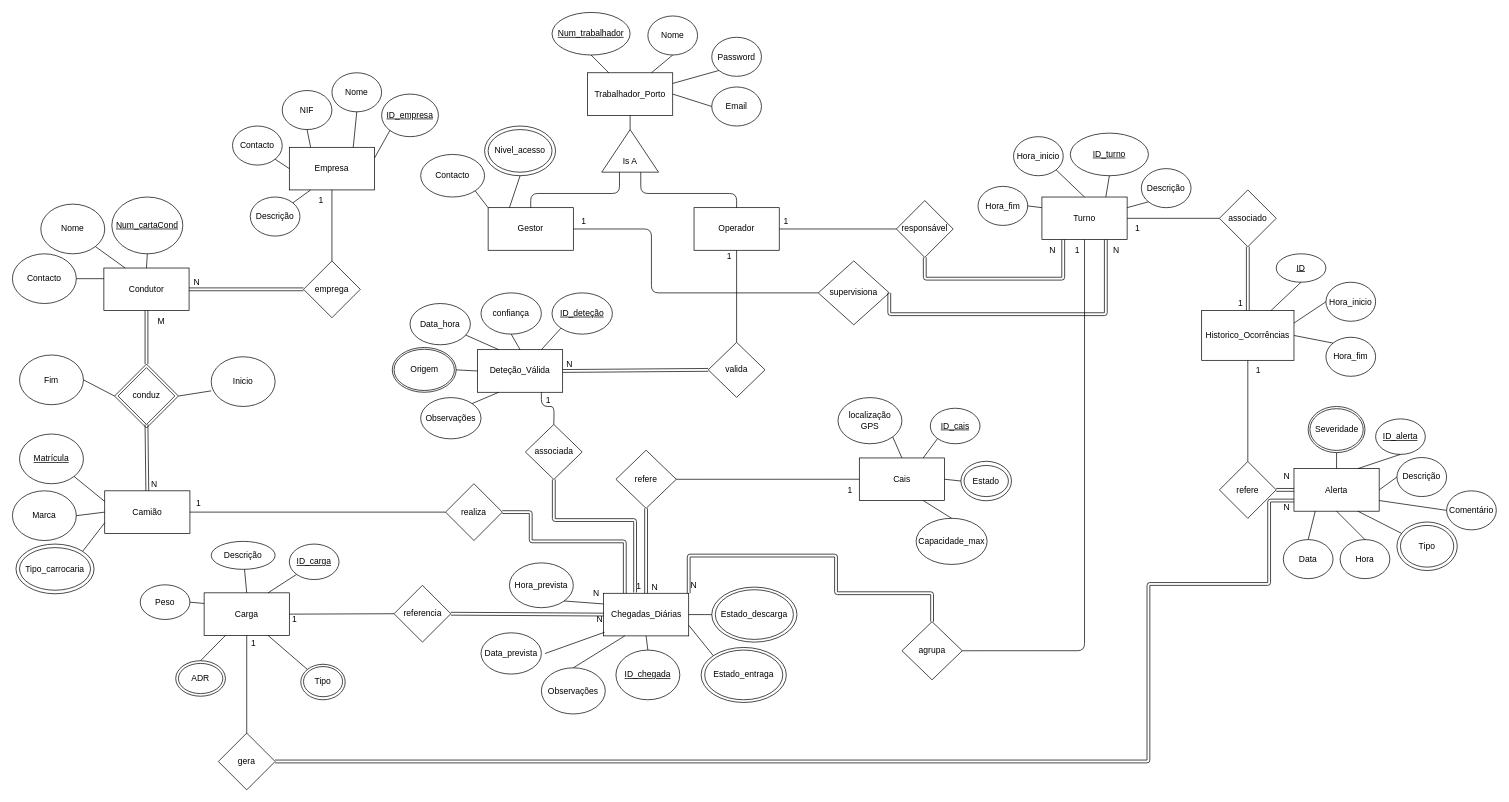
Above: docs/BD/Relacional/DER-BD-IntelligentLogistics.drawio in PEI-HAZARDS/IntelligentLogistics (draw.io), before the change. Source tidied: cells renumbered, new cells numbered last; positions are measured from the earlier drawing's top-left corner, leaving out a move shared by most shapes. Both pictures are drawn from the tidied source at 71%, with x=0, y=0 at pixel (12, 12).
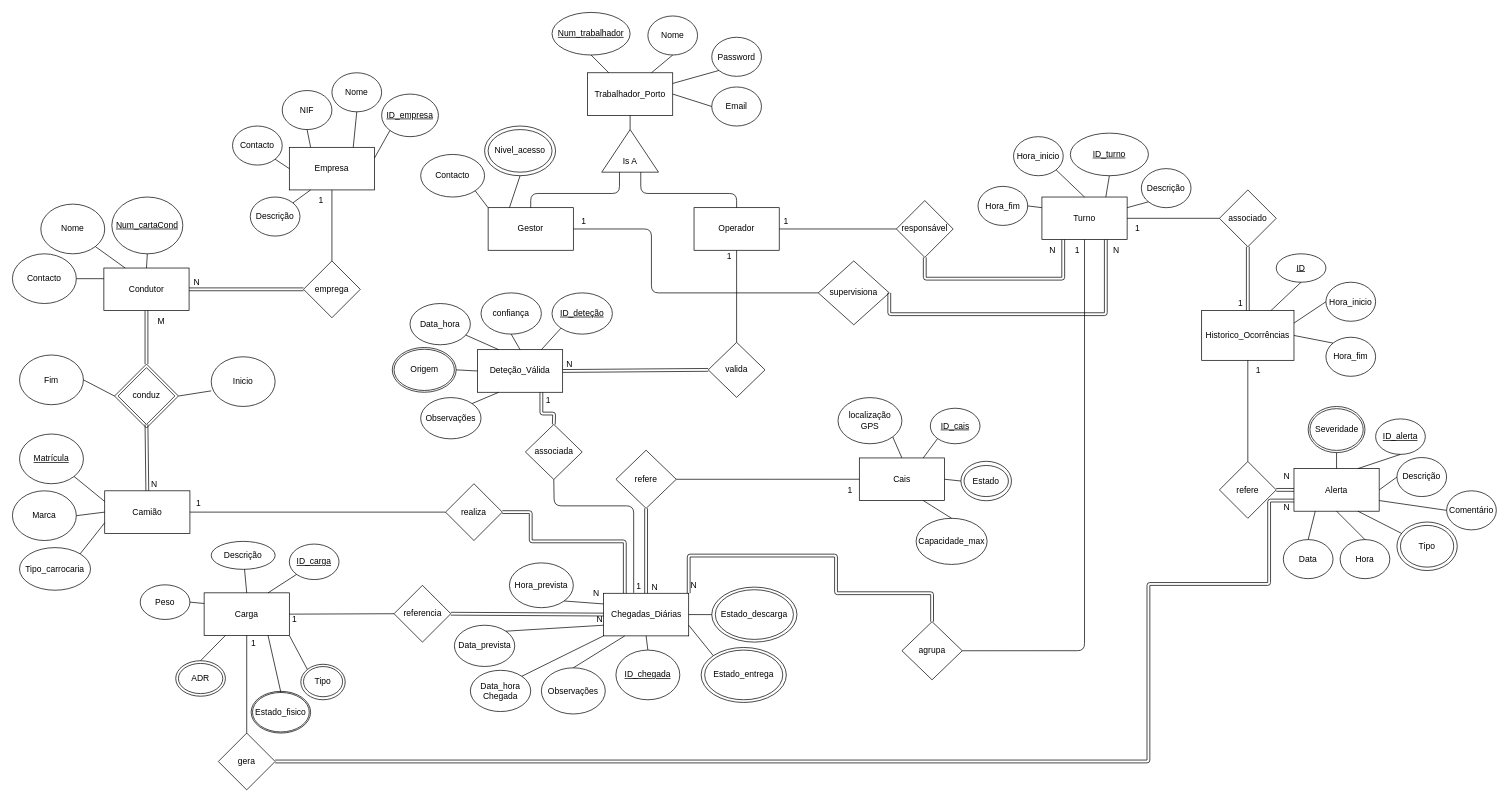
The same diagram, later.

Unchanged cells that the change refers to:
```xml
<mxCell id="5" value="Chegadas_Diárias" style="rounded=0;whiteSpace=wrap;html=1;" parent="1" vertex="1">
  <mxGeometry x="832.5" y="818.1" width="120" height="60" as="geometry" />
</mxCell>
<mxCell id="6" value="Camião" style="rounded=0;whiteSpace=wrap;html=1;" parent="1" vertex="1">
  <mxGeometry x="130" y="673.8" width="120" height="60" as="geometry" />
</mxCell>
<mxCell id="8" value="Carga" style="rounded=0;whiteSpace=wrap;html=1;" parent="1" vertex="1">
  <mxGeometry x="270" y="817.5" width="120" height="60" as="geometry" />
</mxCell>
<mxCell id="18" value="Tipo_carrocaria" style="ellipse;whiteSpace=wrap;html=1;" parent="1" vertex="1">
  <mxGeometry x="10" y="753.8" width="100" height="60" as="geometry" />
</mxCell>
<mxCell id="99" style="ellipse;whiteSpace=wrap;html=1;fillColor=none;" parent="1" vertex="1">
  <mxGeometry x="406.2" y="918.1" width="62.5" height="50" as="geometry" />
</mxCell>
<mxCell id="137" value="N" style="text;html=1;align=center;verticalAlign=middle;whiteSpace=wrap;rounded=0;" parent="1" vertex="1">
  <mxGeometry x="875" y="795" width="60" height="30" as="geometry" />
</mxCell>
<mxCell id="161" value="Deteção_Válida" style="rounded=0;whiteSpace=wrap;html=1;" parent="1" vertex="1">
  <mxGeometry x="655" y="475" width="120" height="60" as="geometry" />
</mxCell>
<mxCell id="174" value="associada" style="rhombus;whiteSpace=wrap;html=1;" parent="1" vertex="1">
  <mxGeometry x="722.5" y="580.3" width="80" height="77.5" as="geometry" />
</mxCell>
<mxCell id="192" value="N" style="text;html=1;align=center;verticalAlign=middle;whiteSpace=wrap;rounded=0;" parent="1" vertex="1">
  <mxGeometry x="820" y="845" width="15" height="20" as="geometry" />
</mxCell>
```

Change to the diagram source:
```diff
@@
-    <mxCell id="19" style="endArrow=none;html=1;entryX=1;entryY=0;entryDx=0;entryDy=0;exitX=0;exitY=0.75;exitDx=0;exitDy=0;" parent="1" edge="1" source="6" target="20">
+    <mxCell id="19" style="endArrow=none;html=1;entryX=1;entryY=0;entryDx=0;entryDy=0;exitX=0;exitY=0.75;exitDx=0;exitDy=0;" parent="1" edge="1" source="6" target="18">
       <mxGeometry relative="1" as="geometry" />
     </mxCell>
-    <mxCell id="20" style="ellipse;whiteSpace=wrap;html=1;fillColor=none;" parent="1" vertex="1">
-      <mxGeometry x="5" y="748.8" width="110" height="70" as="geometry" />
-    </mxCell>
@@
     <mxCell id="29" value="Data_prevista" style="ellipse;whiteSpace=wrap;html=1;" parent="1" vertex="1">
-      <mxGeometry x="660" y="873.8" width="85" height="58.1" as="geometry" />
+      <mxGeometry x="622.5" y="863.1" width="85" height="58.1" as="geometry" />
     </mxCell>
@@
-    <mxCell id="31" style="endArrow=none;html=1;entryX=0.933;entryY=1.4;entryDx=0;entryDy=0;entryPerimeter=0;" parent="1" edge="1" target="192">
-      <mxGeometry relative="1" as="geometry">
-        <mxPoint x="750" y="903" as="sourcePoint" />
-      </mxGeometry>
+    <mxCell id="31" style="endArrow=none;html=1;entryX=0;entryY=0.75;entryDx=0;entryDy=0;exitX=1;exitY=0;exitDx=0;exitDy=0;" parent="1" edge="1" source="29" target="5">
+      <mxGeometry relative="1" as="geometry" />
     </mxCell>
-    <mxCell id="32" value="Estado_entraga" style="ellipse;whiteSpace=wrap;html=1;" parent="1" vertex="1">
+    <mxCell id="32" value="Estado_entrega" style="ellipse;whiteSpace=wrap;html=1;" parent="1" vertex="1">
       <mxGeometry x="975" y="898.1" width="110" height="70" as="geometry" />
     </mxCell>
@@
-    <mxCell id="100" style="endArrow=none;html=1;entryX=0;entryY=0;entryDx=0;entryDy=0;exitX=0.75;exitY=1;exitDx=0;exitDy=0;" parent="1" edge="1" source="8" target="99">
+    <mxCell id="100" style="endArrow=none;html=1;entryX=0;entryY=0;entryDx=0;entryDy=0;exitX=1;exitY=1;exitDx=0;exitDy=0;" parent="1" edge="1" source="8" target="99">
       <mxGeometry relative="1" as="geometry" />
     </mxCell>
@@
-    <mxCell id="175" style="endArrow=none;html=1;exitX=0.75;exitY=1;exitDx=0;exitDy=0;entryX=0.5;entryY=0;entryDx=0;entryDy=0;" parent="1" edge="1" source="161" target="174">
-      <mxGeometry relative="1" as="geometry">
-        <Array as="points">
-          <mxPoint x="745" y="555" />
-          <mxPoint x="763" y="555" />
-        </Array>
-      </mxGeometry>
-    </mxCell>
-    <mxCell id="176" style="endArrow=none;html=1;exitX=0.5;exitY=1;exitDx=0;exitDy=0;entryX=0.371;entryY=-0.019;entryDx=0;entryDy=0;entryPerimeter=0;shape=link;edgeStyle=orthogonalEdgeStyle;" parent="1" edge="1" source="174" target="5">
-      <mxGeometry relative="1" as="geometry">
-        <Array as="points">
-          <mxPoint x="763" y="715" />
-          <mxPoint x="877" y="715" />
-        </Array>
-      </mxGeometry>
-    </mxCell>
@@
+    <mxCell id="202" value="Estado_fisico" style="ellipse;whiteSpace=wrap;html=1;" parent="1" vertex="1">
+      <mxGeometry x="336.2" y="956.2" width="83.8" height="58.8" as="geometry" />
+    </mxCell>
+    <mxCell id="203" style="ellipse;whiteSpace=wrap;html=1;fillColor=none;" parent="1" vertex="1">
+      <mxGeometry x="338.1" y="957.8" width="80" height="55.6" as="geometry" />
+    </mxCell>
+    <mxCell id="204" style="endArrow=none;html=1;exitX=0.75;exitY=1;exitDx=0;exitDy=0;entryX=0.5;entryY=0;entryDx=0;entryDy=0;" parent="1" edge="1" source="8" target="203">
+      <mxGeometry relative="1" as="geometry" />
+    </mxCell>
+    <mxCell id="205" style="endArrow=none;html=1;entryX=0.75;entryY=1;entryDx=0;entryDy=0;exitX=0.5;exitY=0;exitDx=0;exitDy=0;shape=link;" parent="1" edge="1" source="174" target="161">
+      <mxGeometry relative="1" as="geometry">
+        <Array as="points">
+          <mxPoint x="763" y="565" />
+          <mxPoint x="745" y="565" />
+        </Array>
+      </mxGeometry>
+    </mxCell>
+    <mxCell id="206" style="endArrow=none;html=1;entryX=0.5;entryY=1;entryDx=0;entryDy=0;exitX=0;exitY=0.75;exitDx=0;exitDy=0;" parent="1" edge="1" source="137" target="174">
+      <mxGeometry relative="1" as="geometry">
+        <Array as="points">
+          <mxPoint x="875" y="695" />
+          <mxPoint x="763" y="695" />
+        </Array>
+      </mxGeometry>
+    </mxCell>
+    <mxCell id="207" value="Data_hora&lt;div&gt;Chegada&lt;/div&gt;" style="ellipse;whiteSpace=wrap;html=1;" parent="1" vertex="1">
+      <mxGeometry x="645" y="926.6" width="85" height="58.1" as="geometry" />
+    </mxCell>
+    <mxCell id="208" style="endArrow=none;html=1;entryX=0;entryY=1;entryDx=0;entryDy=0;exitX=1;exitY=0;exitDx=0;exitDy=0;" parent="1" edge="1" source="207" target="5">
+      <mxGeometry relative="1" as="geometry" />
+    </mxCell>
```
